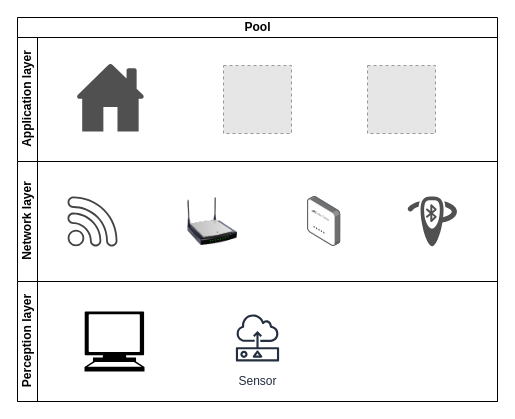
Bultuush/Network-security-project-2 keeps this draw.io diagram as Untitled Diagram.drawio. Above is the earlier version. Source tidied: cells renumbered, new cells numbered last; positions are measured from the earlier drawing's top-left corner, leaving out a move shared by most shapes. Both pictures are drawn from the tidied source at 100%, with x=0, y=0 at pixel (17, 17). Pictures stored in the file or linked from it are replaced by grey dashed boxes.
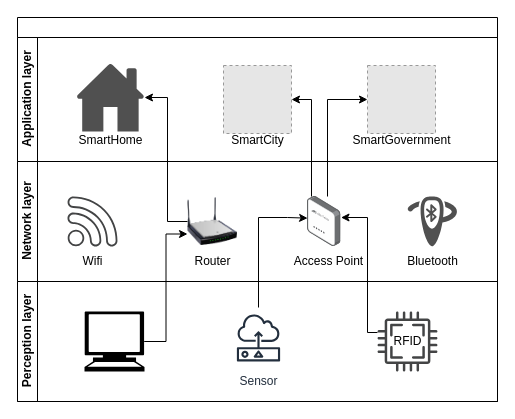
Above is the later version.

Unchanged cells that the change refers to:
```xml
<mxCell id="3" value="Application layer" style="swimlane;startSize=20;horizontal=0;html=1;" parent="2" vertex="1">
  <mxGeometry y="20" width="480" height="124" as="geometry" />
</mxCell>
<mxCell id="4" style="fillColor=#E6E6E6;strokeColor=#999999;dashed=1;html=1;verticalAlign=top;verticalLabelPosition=bottom;labelBackgroundColor=#ffffff;" parent="3" vertex="1">
  <mxGeometry x="206" y="28" width="68" height="68" as="geometry" />
</mxCell>
<mxCell id="5" style="fillColor=#E6E6E6;strokeColor=#999999;dashed=1;html=1;verticalAlign=top;verticalLabelPosition=bottom;labelBackgroundColor=#ffffff;" parent="3" vertex="1">
  <mxGeometry x="350" y="28" width="68" height="68" as="geometry" />
</mxCell>
<mxCell id="6" style="sketch=0;shadow=0;dashed=0;html=1;strokeColor=none;fillColor=#505050;labelPosition=center;verticalLabelPosition=bottom;verticalAlign=top;outlineConnect=0;align=center;shape=mxgraph.office.concepts.home;" parent="3" vertex="1">
  <mxGeometry x="59" y="26" width="68" height="68" as="geometry" />
</mxCell>
<mxCell id="7" value="Network layer" style="swimlane;startSize=20;horizontal=0;html=1;" parent="2" vertex="1">
  <mxGeometry y="144" width="480" height="120" as="geometry" />
</mxCell>
<mxCell id="9" style="image;points=[];html=1;align=center;shadow=0;dashed=0;image=img/lib/allied_telesis/wireless/Access_Point_Indoor.svg;" parent="7" vertex="1">
  <mxGeometry x="290" y="35" width="33.5" height="50" as="geometry" />
</mxCell>
<mxCell id="10" style="image;html=1;image=img/lib/clip_art/networking/Wireless_Router_N_128x128.png;" parent="7" vertex="1">
  <mxGeometry x="170" y="35" width="50" height="50" as="geometry" />
</mxCell>
<mxCell id="12" value="Perception layer" style="swimlane;startSize=20;horizontal=0;html=1;" parent="2" vertex="1">
  <mxGeometry y="264" width="480" height="120" as="geometry" />
</mxCell>
<mxCell id="13" style="shape=mxgraph.signs.tech.computer;html=1;fillColor=#000000;strokeColor=none;verticalLabelPosition=bottom;verticalAlign=top;align=center;" parent="12" vertex="1">
  <mxGeometry x="67" y="30" width="60" height="60" as="geometry" />
</mxCell>
```

Diff of the diagram source:
```diff
@@
-    <mxCell id="2" value="Pool" style="swimlane;horizontal=1;startSize=20;html=1;" parent="1" vertex="1">
+    <mxCell id="2" style="swimlane;horizontal=1;startSize=20;html=1;" parent="1" vertex="1">
       <mxGeometry width="480" height="384" as="geometry" />
     </mxCell>
@@
+    <mxCell id="15" value="SmartH&lt;span style=&quot;background-color: initial;&quot;&gt;ome&lt;/span&gt;" style="text;html=1;align=center;verticalAlign=middle;strokeColor=none;fillColor=none;" parent="3" vertex="1">
+      <mxGeometry x="48" y="88" width="90" height="30" as="geometry" />
+    </mxCell>
+    <mxCell id="16" value="SmartCity" style="text;html=1;align=center;verticalAlign=middle;strokeColor=none;fillColor=none;" parent="3" vertex="1">
+      <mxGeometry x="200" y="88" width="80" height="30" as="geometry" />
+    </mxCell>
+    <mxCell id="17" value="SmartGovernment" style="text;html=1;align=center;verticalAlign=middle;strokeColor=none;fillColor=none;" parent="3" vertex="1">
+      <mxGeometry x="324" y="88" width="120" height="30" as="geometry" />
+    </mxCell>
@@
+    <mxCell id="18" value="Wifi" style="text;html=1;align=center;verticalAlign=middle;strokeColor=none;fillColor=none;" parent="7" vertex="1">
+      <mxGeometry x="55" y="85" width="40" height="30" as="geometry" />
+    </mxCell>
+    <mxCell id="19" value="Router" style="text;html=1;align=center;verticalAlign=middle;strokeColor=none;fillColor=none;" parent="7" vertex="1">
+      <mxGeometry x="165" y="85" width="60" height="30" as="geometry" />
+    </mxCell>
+    <mxCell id="20" value="Access Point" style="text;html=1;align=center;verticalAlign=middle;strokeColor=none;fillColor=none;" parent="7" vertex="1">
+      <mxGeometry x="266" y="85" width="90" height="30" as="geometry" />
+    </mxCell>
+    <mxCell id="21" value="Bluetooth" style="text;html=1;align=center;verticalAlign=middle;strokeColor=none;fillColor=none;" parent="7" vertex="1">
+      <mxGeometry x="380" y="85" width="70" height="30" as="geometry" />
+    </mxCell>
+    <mxCell id="22" style="edgeStyle=orthogonalEdgeStyle;rounded=0;jettySize=auto;html=1;entryX=1.014;entryY=0.611;entryDx=0;entryDy=0;entryPerimeter=0;" parent="7" edge="1" source="23">
+      <mxGeometry relative="1" as="geometry">
+        <mxPoint x="323.5" y="56" as="targetPoint" />
+        <Array as="points">
+          <mxPoint x="350" y="171" />
+          <mxPoint x="350" y="56" />
+        </Array>
+      </mxGeometry>
+    </mxCell>
@@
     <mxCell id="14" value="Sensor" style="sketch=0;outlineConnect=0;fontColor=#232F3E;gradientColor=none;strokeColor=#232F3E;fillColor=#ffffff;dashed=0;verticalLabelPosition=bottom;verticalAlign=top;align=center;html=1;fontSize=12;fontStyle=0;shape=mxgraph.aws4.resourceIcon;resIcon=mxgraph.aws4.sensor;" parent="12" vertex="1">
-      <mxGeometry x="210" y="26" width="60" height="60" as="geometry" />
+      <mxGeometry x="211" y="26" width="60" height="60" as="geometry" />
     </mxCell>
+    <mxCell id="23" style="sketch=0;shadow=0;dashed=0;html=1;strokeColor=none;fillColor=#434445;labelPosition=center;verticalLabelPosition=bottom;verticalAlign=top;align=center;outlineConnect=0;shape=mxgraph.vvd.cpu;" parent="12" vertex="1">
+      <mxGeometry x="360" y="30" width="60" height="60" as="geometry" />
+    </mxCell>
+    <mxCell id="24" value="RFID" style="text;html=1;align=center;verticalAlign=middle;strokeColor=none;fillColor=none;" parent="12" vertex="1">
+      <mxGeometry x="365" y="45" width="50" height="30" as="geometry" />
+    </mxCell>
+    <mxCell id="25" style="edgeStyle=orthogonalEdgeStyle;rounded=0;jettySize=auto;html=1;exitX=0;exitY=0.5;exitDx=0;exitDy=0;" parent="2" edge="1" source="10" target="6">
+      <mxGeometry relative="1" as="geometry">
+        <Array as="points">
+          <mxPoint x="150" y="204" />
+          <mxPoint x="150" y="80" />
+        </Array>
+      </mxGeometry>
+    </mxCell>
+    <mxCell id="26" style="edgeStyle=orthogonalEdgeStyle;rounded=0;jettySize=auto;html=1;exitX=0.995;exitY=0.5;exitDx=0;exitDy=0;exitPerimeter=0;entryX=0;entryY=0.75;entryDx=0;entryDy=0;" parent="2" edge="1" source="13" target="10">
+      <mxGeometry relative="1" as="geometry" />
+    </mxCell>
+    <mxCell id="27" style="edgeStyle=orthogonalEdgeStyle;rounded=0;jettySize=auto;html=1;entryX=0.003;entryY=0.433;entryDx=0;entryDy=0;entryPerimeter=0;" parent="2" edge="1" source="14" target="9">
+      <mxGeometry relative="1" as="geometry">
+        <Array as="points">
+          <mxPoint x="241" y="200" />
+          <mxPoint x="270" y="200" />
+        </Array>
+      </mxGeometry>
+    </mxCell>
+    <mxCell id="28" style="edgeStyle=orthogonalEdgeStyle;rounded=0;jettySize=auto;html=1;entryX=0;entryY=0.5;entryDx=0;entryDy=0;" parent="2" edge="1" source="9" target="5">
+      <mxGeometry relative="1" as="geometry">
+        <Array as="points">
+          <mxPoint x="310" y="82" />
+        </Array>
+      </mxGeometry>
+    </mxCell>
+    <mxCell id="29" style="edgeStyle=orthogonalEdgeStyle;rounded=0;jettySize=auto;html=1;entryX=1;entryY=0.5;entryDx=0;entryDy=0;" parent="2" edge="1" source="9" target="4">
+      <mxGeometry relative="1" as="geometry">
+        <Array as="points">
+          <mxPoint x="294" y="82" />
+        </Array>
+      </mxGeometry>
+    </mxCell>
```
